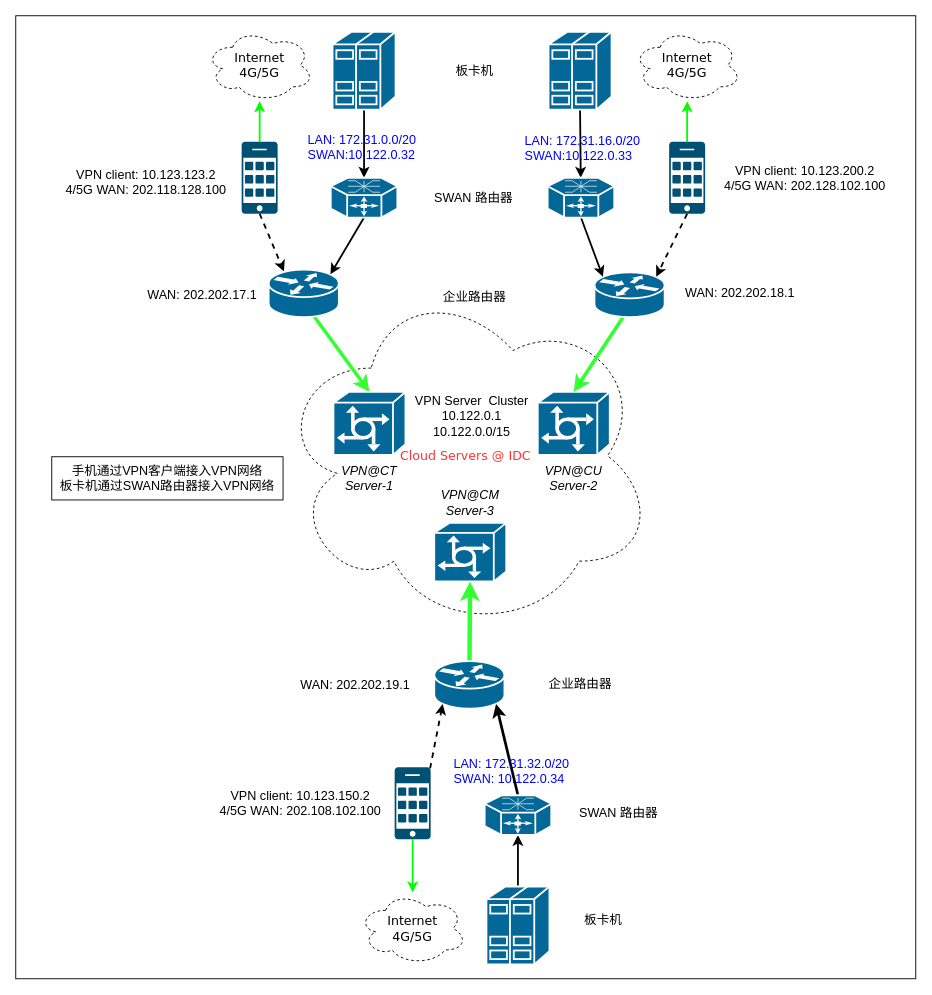
This is Untitled Diagram.drawio from nxtreaming/andy_study, a draw.io file, before an edit. Source tidied: cells renumbered, new cells numbered last; positions are measured from the earlier drawing's top-left corner, leaving out a move shared by most shapes. Both pictures are drawn from the tidied source at 90%, with x=0, y=0 at pixel (15, 15).
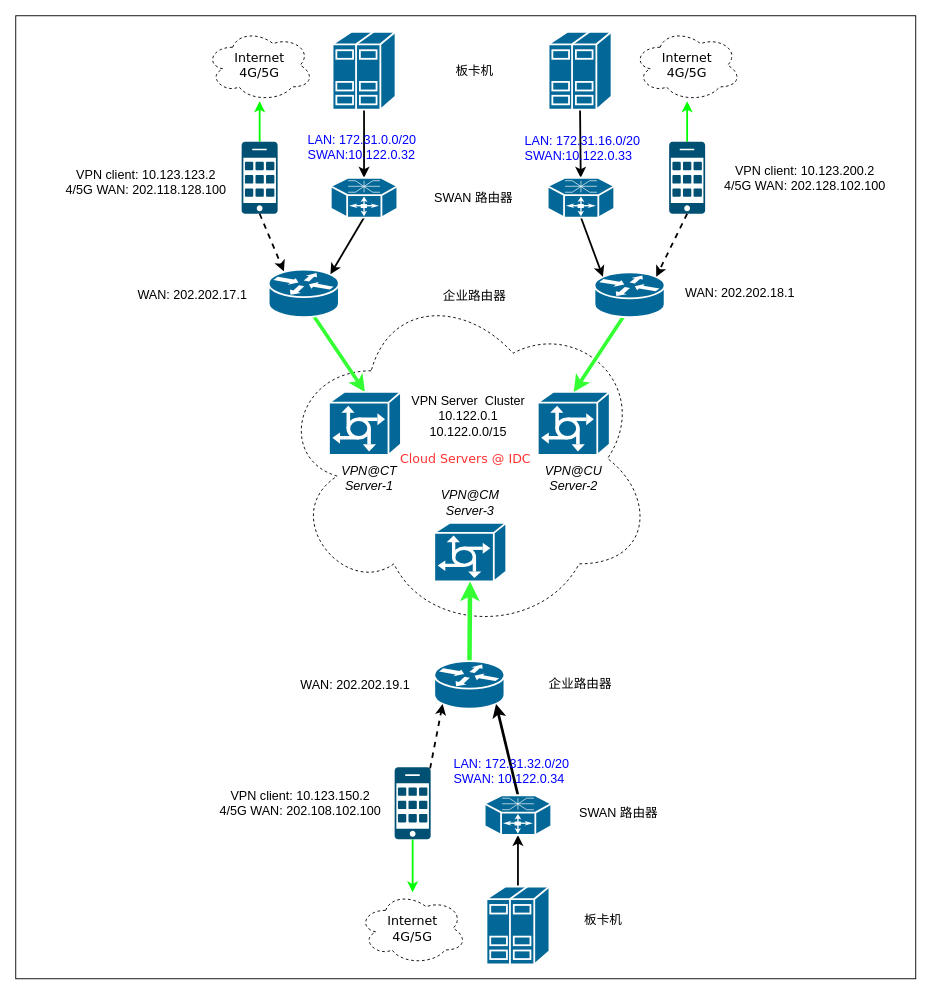
After the change.

The edit, as a diff of the source:
```diff
@@
     <mxCell id="3" value="&lt;font color=&quot;#ff3333&quot; style=&quot;font-size: 14px;&quot;&gt;Cloud Servers @ IDC&lt;/font&gt;" style="ellipse;shape=cloud;whiteSpace=wrap;html=1;rounded=0;shadow=0;comic=0;strokeWidth=1;fontFamily=Verdana;fontSize=12;fontColor=#9933FF;dashed=1;" parent="1" vertex="1">
-      <mxGeometry x="290" y="294" width="420" height="390" as="geometry" />
+      <mxGeometry x="290" y="297" width="420" height="390" as="geometry" />
     </mxCell>
@@
     <mxCell id="9" style="shape=mxgraph.cisco.servers.communications_server;sketch=0;html=1;dashed=0;fillColor=#036897;strokeColor=#ffffff;strokeWidth=2;verticalLabelPosition=bottom;verticalAlign=top;align=center;outlineConnect=0;" parent="1" vertex="1">
-      <mxGeometry x="353" y="418" width="80" height="70" as="geometry" />
+      <mxGeometry x="348" y="418" width="80" height="70" as="geometry" />
     </mxCell>
@@
     <mxCell id="38" value="&lt;font style=&quot;font-size: 14px;&quot;&gt;企业路由器&lt;/font&gt;" style="text;strokeColor=none;align=center;fillColor=#FFFFFF;html=1;verticalAlign=middle;whiteSpace=wrap;rounded=0;" parent="1" vertex="1">
-      <mxGeometry x="460" y="296.8" width="100" height="30" as="geometry" />
+      <mxGeometry x="460" y="295.8" width="100" height="30" as="geometry" />
     </mxCell>
     <mxCell id="39" value="&lt;font style=&quot;font-size: 14px;&quot;&gt;WAN: 202.202.17.1&lt;/font&gt;" style="text;strokeColor=none;align=center;fillColor=none;html=1;verticalAlign=middle;whiteSpace=wrap;rounded=0;" parent="1" vertex="1">
-      <mxGeometry x="140" y="296.8" width="135" height="26.5" as="geometry" />
+      <mxGeometry x="129" y="296.8" width="135" height="26.5" as="geometry" />
     </mxCell>
@@
     <mxCell id="45" value="&lt;font style=&quot;font-size: 14px;&quot;&gt;VPN Server&amp;nbsp; Cluster 10.122.0.1&lt;br&gt;10.122.0.0/15&lt;/font&gt;" style="text;strokeColor=none;align=center;fillColor=#FFFFFF;html=1;verticalAlign=middle;whiteSpace=wrap;rounded=0;" parent="1" vertex="1">
-      <mxGeometry x="437" y="415" width="140" height="60" as="geometry" />
+      <mxGeometry x="433" y="415" width="140" height="60" as="geometry" />
     </mxCell>
-    <mxCell id="46" value="&lt;font face=&quot;Helvetica&quot; style=&quot;font-size: 14px;&quot;&gt;手机通过VPN客户端接入VPN网络&lt;br&gt;&lt;/font&gt;&lt;font face=&quot;Helvetica&quot; style=&quot;font-size: 14px;&quot;&gt;板卡机通过SWAN路由器接入VPN网络&lt;/font&gt;&lt;font style=&quot;border-color: var(--border-color); font-size: 14px;&quot; face=&quot;Helvetica&quot;&gt;&lt;b style=&quot;border-color: var(--border-color);&quot;&gt;&lt;br style=&quot;border-color: var(--border-color);&quot;&gt;&lt;/b&gt;&lt;/font&gt;" style="whiteSpace=wrap;html=1;fillColor=#FFFFFF;" parent="1" vertex="1">
-      <mxGeometry x="40" y="490" width="257" height="48" as="geometry" />
-    </mxCell>
```
